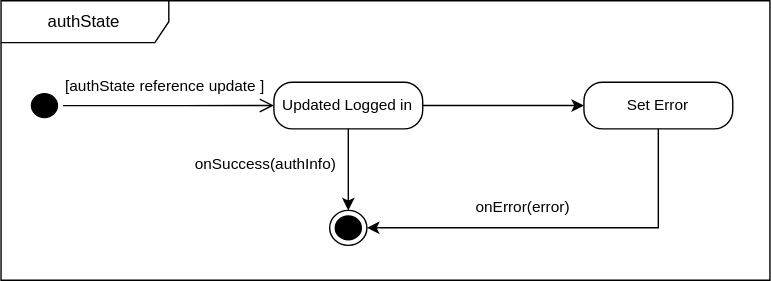
This is src/template_thesis/diagrams/audit_browser/audit_browser_uc02_auth_state_machine.drawio.svg from HaniAlshikh/bachelor-thesis, a draw.io export, as it was before one commit. Source tidied: cells renumbered, new cells last; positions are measured from the earlier drawing's top-left corner, leaving out a move shared by most shapes.
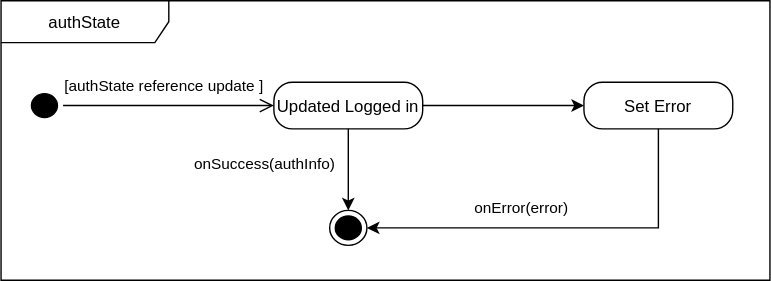
After the commit.

The edit, as a diff of the source:
```diff
@@ -5,50 +5,50 @@
     <mxCell id="2" style="group;" parent="1" vertex="1">
       <mxGeometry width="550" height="200" as="geometry" />
     </mxCell>
-    <mxCell id="3" value="authState" style="shape=umlFrame;whiteSpace=wrap;html=1;width=120;height=30;strokeWidth=1;" parent="2" vertex="1">
+    <mxCell id="3" value="authState" style="shape=umlFrame;width=120;height=30;strokeWidth=1;" parent="2" vertex="1">
       <mxGeometry width="550" height="200" as="geometry" />
     </mxCell>
-    <mxCell id="4" style="ellipse;html=1;shape=startState;fillColor=#000000;direction=east;" parent="2" vertex="1">
+    <mxCell id="4" style="ellipse;shape=startState;fillColor=#000000;direction=east;" parent="2" vertex="1">
       <mxGeometry x="17.7" y="62.5" width="26.6" height="25" as="geometry" />
     </mxCell>
-    <mxCell id="5" style="edgeStyle=orthogonalEdgeStyle;html=1;verticalAlign=bottom;endArrow=open;endSize=8;strokeWidth=1;" parent="2" edge="1" source="4" target="7">
+    <mxCell id="5" style="edgeStyle=orthogonalEdgeStyle;verticalAlign=bottom;endArrow=open;endSize=8;strokeWidth=1;" parent="2" edge="1" source="4" target="7">
       <mxGeometry relative="1" as="geometry" />
     </mxCell>
-    <mxCell id="6" value="[authState reference update ]" style="edgeLabel;html=1;align=center;verticalAlign=middle;" parent="5" vertex="1">
+    <mxCell id="6" value="[authState reference update ]" style="edgeLabel;align=center;verticalAlign=middle;" parent="5" vertex="1">
       <mxGeometry x="-0.18" relative="1" as="geometry">
         <mxPoint x="10" y="-15" as="offset" />
       </mxGeometry>
     </mxCell>
-    <mxCell id="7" value="&lt;font style=&quot;font-size: 11px;&quot;&gt;Updated Logged in&lt;/font&gt;" style="rounded=1;whiteSpace=wrap;html=1;arcSize=40;fontColor=#000000;fillColor=none;strokeWidth=1;" parent="2" vertex="1">
+    <mxCell id="7" value="Updated Logged in" style="rounded=1;arcSize=40;fontColor=#000000;fillColor=none;strokeWidth=1;" parent="2" vertex="1">
       <mxGeometry x="195.2" y="58.3" width="106.5" height="33.3" as="geometry" />
     </mxCell>
-    <mxCell id="8" style="ellipse;html=1;shape=endState;fillColor=#000000;" parent="2" vertex="1">
+    <mxCell id="8" style="ellipse;shape=endState;fillColor=#000000;" parent="2" vertex="1">
       <mxGeometry x="235.1" y="150" width="26.6" height="25" as="geometry" />
     </mxCell>
-    <mxCell id="9" style="edgeStyle=none;html=1;entryX=0.5;entryY=0;entryDx=0;entryDy=0;strokeColor=#000000;strokeWidth=1;" parent="2" edge="1" source="7" target="8">
+    <mxCell id="9" style="edgeStyle=none;entryX=0.5;entryY=0;entryDx=0;entryDy=0;strokeColor=#000000;strokeWidth=1;" parent="2" edge="1" source="7" target="8">
       <mxGeometry relative="1" as="geometry" />
     </mxCell>
-    <mxCell id="10" value="onSuccess(authInfo)" style="edgeLabel;html=1;align=center;verticalAlign=middle;" parent="9" vertex="1">
+    <mxCell id="10" value="onSuccess(authInfo)" style="edgeLabel;align=center;verticalAlign=middle;" parent="9" vertex="1">
       <mxGeometry x="-0.17" y="4" relative="1" as="geometry">
         <mxPoint x="-64" as="offset" />
       </mxGeometry>
     </mxCell>
-    <mxCell id="11" style="edgeStyle=orthogonalEdgeStyle;shape=connector;rounded=0;html=1;labelBackgroundColor=default;strokeColor=#000000;strokeWidth=1;fontFamily=Helvetica;fontSize=11;fontColor=default;endArrow=classic;" parent="2" edge="1" source="13" target="8">
+    <mxCell id="11" style="edgeStyle=orthogonalEdgeStyle;shape=connector;rounded=0;labelBackgroundColor=default;strokeColor=#000000;strokeWidth=1;fontFamily=Helvetica;fontSize=11;fontColor=default;endArrow=classic;" parent="2" edge="1" source="13" target="8">
       <mxGeometry relative="1" as="geometry">
         <Array as="points">
           <mxPoint x="470.2" y="162.5" />
         </Array>
       </mxGeometry>
     </mxCell>
-    <mxCell id="12" value="onError(error)" style="edgeLabel;html=1;align=center;verticalAlign=middle;fontSize=11;fontFamily=Helvetica;fontColor=default;" parent="11" vertex="1">
+    <mxCell id="12" value="onError(error)" style="edgeLabel;align=center;verticalAlign=middle;fontSize=11;fontFamily=Helvetica;fontColor=default;" parent="11" vertex="1">
       <mxGeometry x="0.23" y="1" relative="1" as="geometry">
         <mxPoint x="2" y="-16" as="offset" />
       </mxGeometry>
     </mxCell>
-    <mxCell id="13" value="&lt;font style=&quot;font-size: 11px;&quot;&gt;Set Error&lt;/font&gt;" style="rounded=1;whiteSpace=wrap;html=1;arcSize=40;fontColor=#000000;fillColor=none;strokeWidth=1;" parent="2" vertex="1">
+    <mxCell id="13" value="Set Error" style="rounded=1;arcSize=40;fontColor=#000000;fillColor=none;strokeWidth=1;" parent="2" vertex="1">
       <mxGeometry x="416.9" y="58.3" width="106.5" height="33.3" as="geometry" />
     </mxCell>
-    <mxCell id="14" style="edgeStyle=none;html=1;entryX=0;entryY=0.5;entryDx=0;entryDy=0;strokeColor=#000000;strokeWidth=1;labelPosition=center;verticalLabelPosition=middle;align=center;verticalAlign=middle;rounded=0;" parent="2" edge="1" source="7" target="13">
+    <mxCell id="14" style="edgeStyle=none;entryX=0;entryY=0.5;entryDx=0;entryDy=0;strokeColor=#000000;strokeWidth=1;labelPosition=center;verticalLabelPosition=middle;align=center;verticalAlign=middle;rounded=0;" parent="2" edge="1" source="7" target="13">
       <mxGeometry relative="1" as="geometry" />
     </mxCell>
   </root>
```
